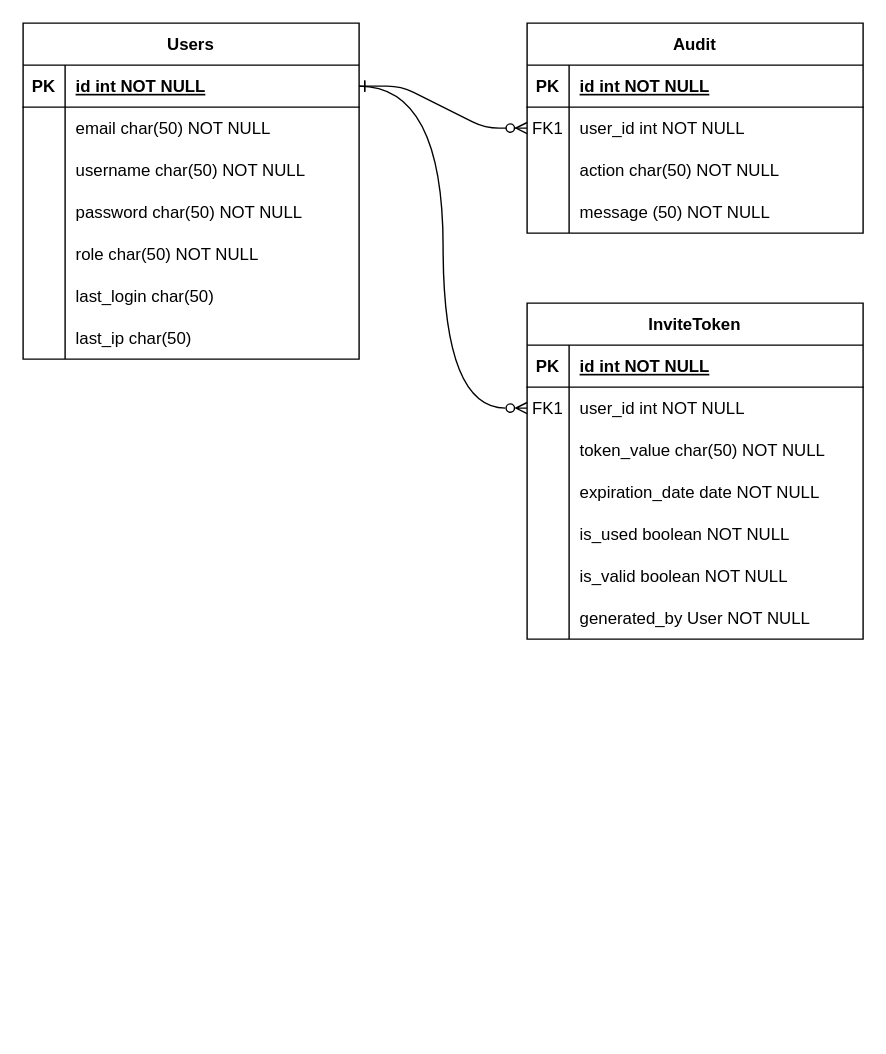
MrSolymi/MediaDrive keeps this draw.io diagram as backend/db.drawio. Above is the earlier version. Source tidied: cells renumbered, new cells numbered last; positions are measured from the earlier drawing's top-left corner, leaving out a move shared by most shapes. Both pictures are drawn from the tidied source at 140%, with x=0, y=0 at pixel (22, 22).
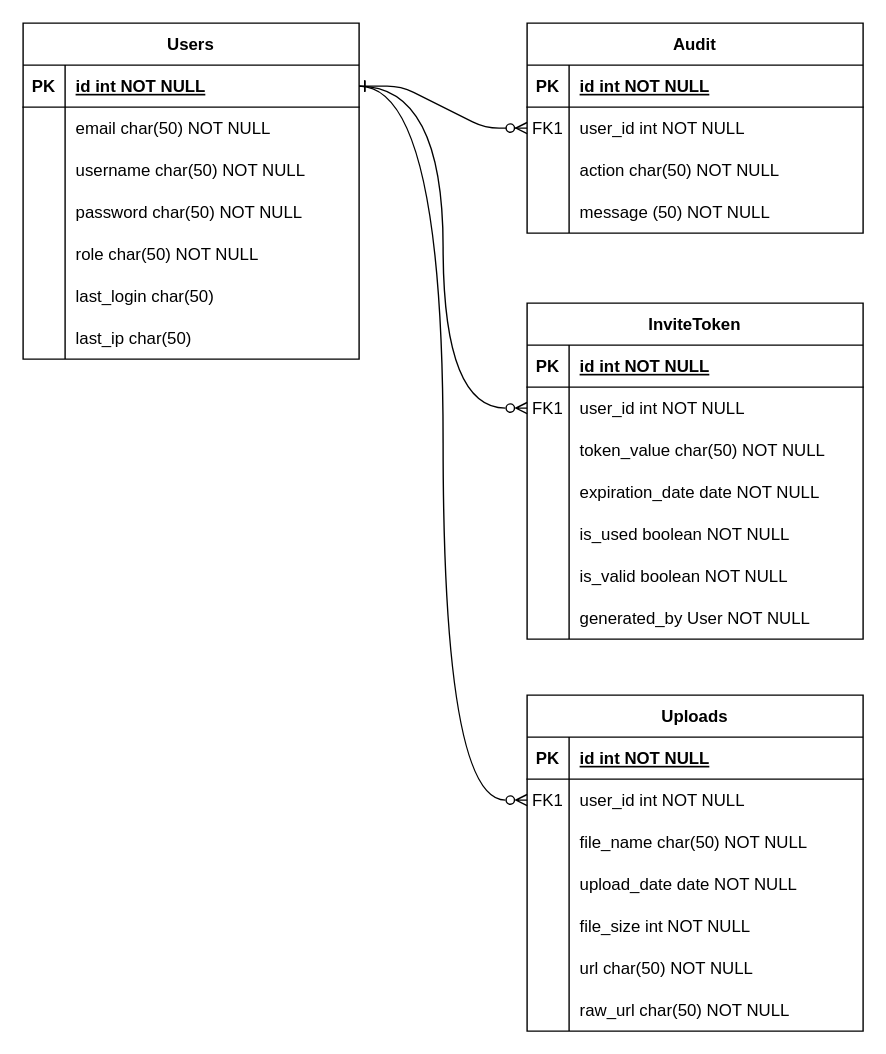
The same page after the edit.

Unchanged cells that the change refers to:
```xml
<mxCell id="17" style="shape=partialRectangle;fillColor=none;points=[[0,0.5],[1,0.5]];portConstraint=eastwest;top=0;left=0;right=0;bottom=1;" parent="16" vertex="1">
  <mxGeometry y="30" width="240" height="30" as="geometry" />
</mxCell>
```

Change to the diagram source:
```diff
@@
+    <mxCell id="61" value="Uploads" style="shape=table;startSize=30;childLayout=tableLayout;rowLines=0;fontStyle=1;align=center;" parent="1" vertex="1">
+      <mxGeometry x="360" y="480" width="240" height="240" as="geometry" />
+    </mxCell>
+    <mxCell id="62" style="shape=partialRectangle;fillColor=none;top=0;left=0;right=0;bottom=1;" parent="61" vertex="1">
+      <mxGeometry y="30" width="240" height="30" as="geometry" />
+    </mxCell>
+    <mxCell id="63" value="PK" style="shape=partialRectangle;overflow=hidden;fillColor=none;top=0;left=0;bottom=0;right=0;fontStyle=1;" parent="62" vertex="1">
+      <mxGeometry width="30" height="30" as="geometry" />
+    </mxCell>
+    <mxCell id="64" value="id int NOT NULL " style="shape=partialRectangle;overflow=hidden;fillColor=none;top=0;left=0;bottom=0;right=0;align=left;spacingLeft=6;fontStyle=5;" parent="62" vertex="1">
+      <mxGeometry x="30" width="210" height="30" as="geometry" />
+    </mxCell>
+    <mxCell id="65" style="shape=partialRectangle;fillColor=none;points=[[0,0.5],[1,0.5]];portConstraint=eastwest;top=0;left=0;right=0;bottom=0;" parent="61" vertex="1">
+      <mxGeometry y="60" width="240" height="30" as="geometry" />
+    </mxCell>
+    <mxCell id="66" value="FK1" style="shape=partialRectangle;overflow=hidden;fillColor=none;top=0;left=0;bottom=0;right=0;" parent="65" vertex="1">
+      <mxGeometry width="30" height="30" as="geometry" />
+    </mxCell>
+    <mxCell id="67" value="user_id int NOT NULL" style="shape=partialRectangle;overflow=hidden;fillColor=none;top=0;left=0;bottom=0;right=0;align=left;spacingLeft=6;" parent="65" vertex="1">
+      <mxGeometry x="30" width="210" height="30" as="geometry" />
+    </mxCell>
+    <mxCell id="68" style="shape=partialRectangle;fillColor=none;top=0;left=0;right=0;bottom=0;" parent="61" vertex="1">
+      <mxGeometry y="90" width="240" height="30" as="geometry" />
+    </mxCell>
+    <mxCell id="69" style="shape=partialRectangle;overflow=hidden;fillColor=none;top=0;left=0;bottom=0;right=0;" parent="68" vertex="1">
+      <mxGeometry width="30" height="30" as="geometry" />
+    </mxCell>
+    <mxCell id="70" value="file_name char(50) NOT NULL" style="shape=partialRectangle;overflow=hidden;fillColor=none;top=0;left=0;bottom=0;right=0;align=left;spacingLeft=6;" parent="68" vertex="1">
+      <mxGeometry x="30" width="210" height="30" as="geometry" />
+    </mxCell>
+    <mxCell id="71" style="shape=partialRectangle;fillColor=none;top=0;left=0;right=0;bottom=0;" parent="61" vertex="1">
+      <mxGeometry y="120" width="240" height="30" as="geometry" />
+    </mxCell>
+    <mxCell id="72" style="shape=partialRectangle;overflow=hidden;fillColor=none;top=0;left=0;bottom=0;right=0;" parent="71" vertex="1">
+      <mxGeometry width="30" height="30" as="geometry" />
+    </mxCell>
+    <mxCell id="73" value="upload_date date NOT NULL" style="shape=partialRectangle;overflow=hidden;fillColor=none;top=0;left=0;bottom=0;right=0;align=left;spacingLeft=6;" parent="71" vertex="1">
+      <mxGeometry x="30" width="210" height="30" as="geometry" />
+    </mxCell>
+    <mxCell id="74" style="shape=partialRectangle;fillColor=none;top=0;left=0;right=0;bottom=0;" parent="61" vertex="1">
+      <mxGeometry y="150" width="240" height="30" as="geometry" />
+    </mxCell>
+    <mxCell id="75" style="shape=partialRectangle;overflow=hidden;fillColor=none;top=0;left=0;bottom=0;right=0;" parent="74" vertex="1">
+      <mxGeometry width="30" height="30" as="geometry" />
+    </mxCell>
+    <mxCell id="76" value="file_size int NOT NULL" style="shape=partialRectangle;overflow=hidden;fillColor=none;top=0;left=0;bottom=0;right=0;align=left;spacingLeft=6;" parent="74" vertex="1">
+      <mxGeometry x="30" width="210" height="30" as="geometry" />
+    </mxCell>
+    <mxCell id="77" style="shape=partialRectangle;fillColor=none;top=0;left=0;right=0;bottom=0;" parent="61" vertex="1">
+      <mxGeometry y="180" width="240" height="30" as="geometry" />
+    </mxCell>
+    <mxCell id="78" style="shape=partialRectangle;overflow=hidden;fillColor=none;top=0;left=0;bottom=0;right=0;" parent="77" vertex="1">
+      <mxGeometry width="30" height="30" as="geometry" />
+    </mxCell>
+    <mxCell id="79" value="url char(50) NOT NULL" style="shape=partialRectangle;overflow=hidden;fillColor=none;top=0;left=0;bottom=0;right=0;align=left;spacingLeft=6;" parent="77" vertex="1">
+      <mxGeometry x="30" width="210" height="30" as="geometry" />
+    </mxCell>
+    <mxCell id="80" style="shape=partialRectangle;fillColor=none;top=0;left=0;right=0;bottom=0;" parent="61" vertex="1">
+      <mxGeometry y="210" width="240" height="30" as="geometry" />
+    </mxCell>
+    <mxCell id="81" style="shape=partialRectangle;overflow=hidden;fillColor=none;top=0;left=0;bottom=0;right=0;" parent="80" vertex="1">
+      <mxGeometry width="30" height="30" as="geometry" />
+    </mxCell>
+    <mxCell id="82" value="raw_url char(50) NOT NULL" style="shape=partialRectangle;overflow=hidden;fillColor=none;top=0;left=0;bottom=0;right=0;align=left;spacingLeft=6;" parent="80" vertex="1">
+      <mxGeometry x="30" width="210" height="30" as="geometry" />
+    </mxCell>
+    <mxCell id="83" style="edgeStyle=orthogonalEdgeStyle;rounded=0;jettySize=auto;html=1;entryX=1;entryY=0.5;entryDx=0;entryDy=0;curved=1;endArrow=ERone;endFill=0;startArrow=ERzeroToMany;startFill=0;" parent="1" edge="1" source="65" target="17">
+      <mxGeometry relative="1" as="geometry" />
+    </mxCell>
```
